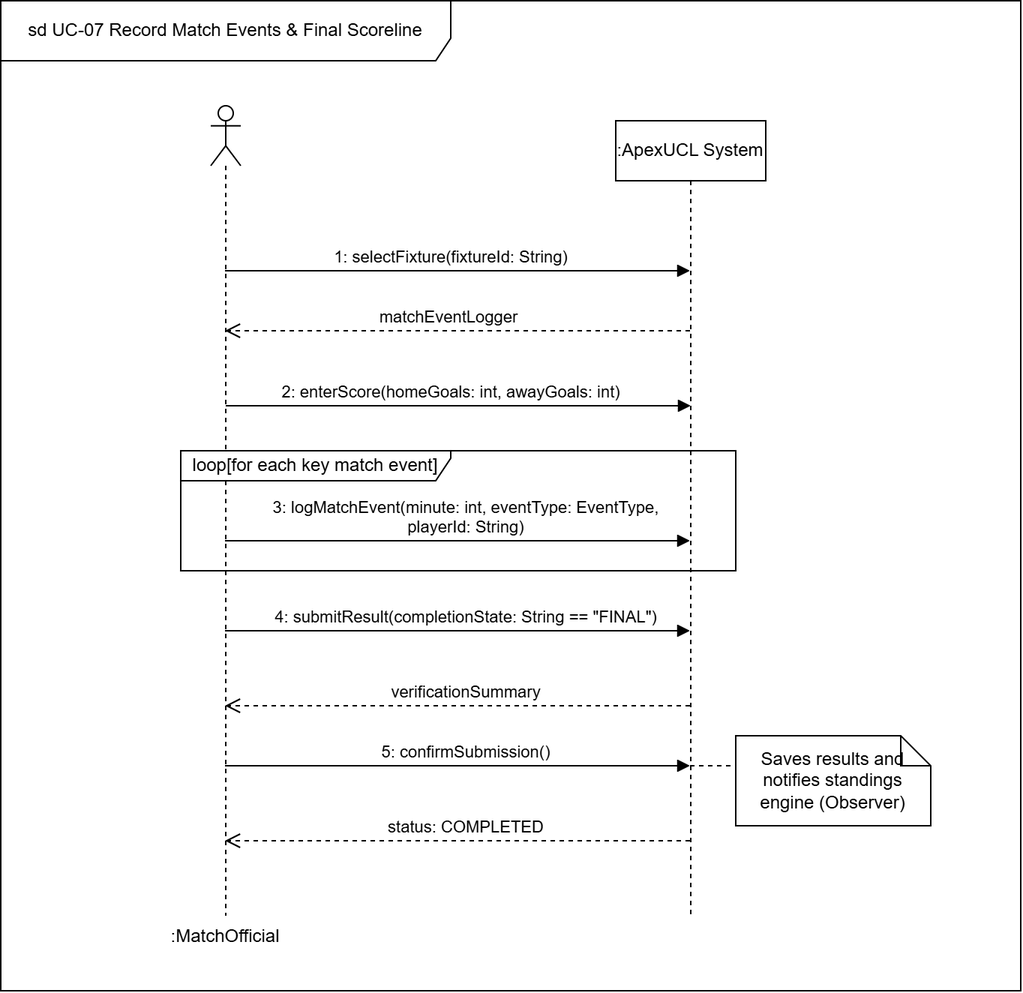
The draw.io diagram docs/diagrams/ApexUCL_D4_SSDs-SSD_UC-07.drawio.png in PS128bit/ApexUCL, before a commit. Source tidied: cells renumbered, new cells last; positions are measured from the earlier drawing's top-left corner, leaving out a move shared by most shapes.
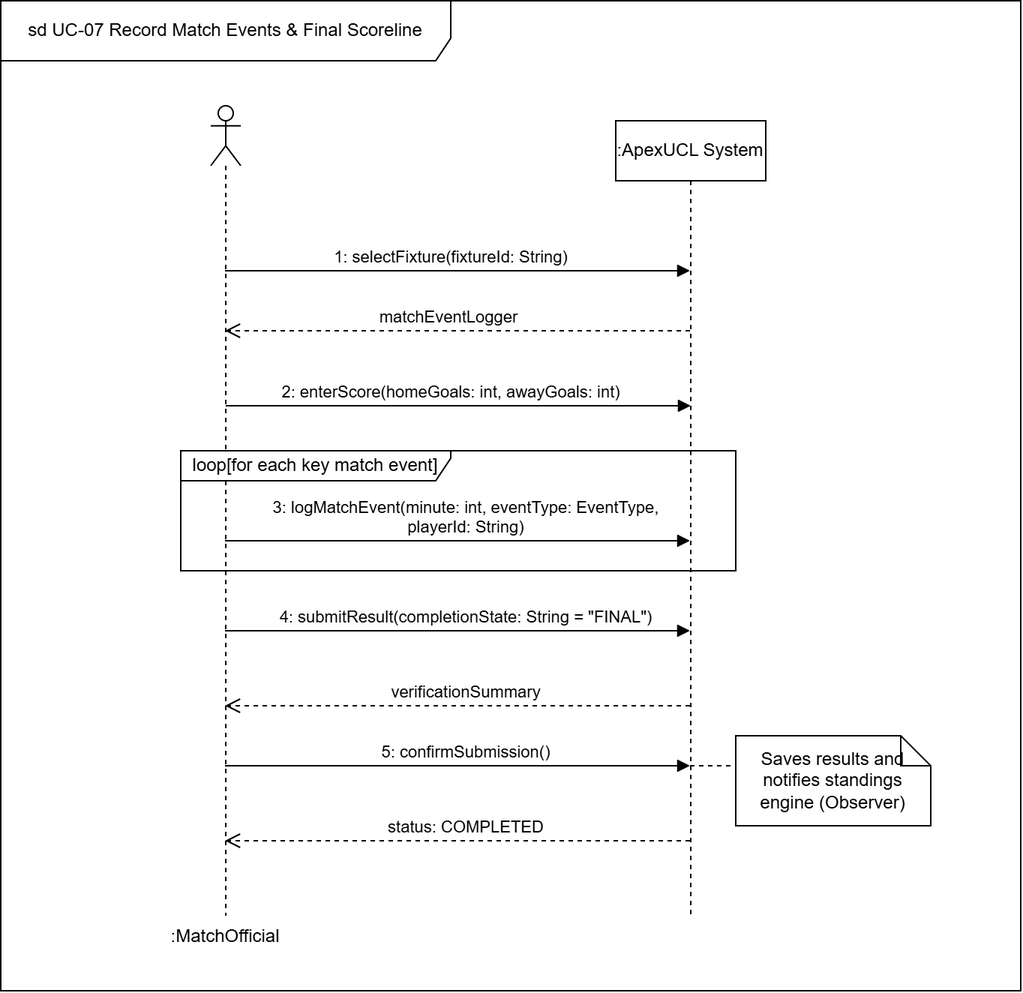
Above is the later version.

What changed in the source:
```diff
@@ -64,7 +64,7 @@
         </Array>
       </mxGeometry>
     </mxCell>
-    <mxCell id="13" value="4: submitResult(completionState: String == &quot;FINAL&quot;)" style="html=1;verticalAlign=bottom;endArrow=block;edgeStyle=sequenceEdgeStyle;libavoidRouting=0;curved=0;rounded=0;defaultLabelBackgroundColor=page;" parent="1" edge="1" source="3" target="5">
+    <mxCell id="13" value="4: submitResult(completionState: String = &quot;FINAL&quot;)" style="html=1;verticalAlign=bottom;endArrow=block;edgeStyle=sequenceEdgeStyle;libavoidRouting=0;curved=0;rounded=0;defaultLabelBackgroundColor=page;" parent="1" edge="1" source="3" target="5">
       <mxGeometry x="0.04" relative="1" as="geometry">
         <Array as="points">
           <mxPoint x="305" y="420" />
```
